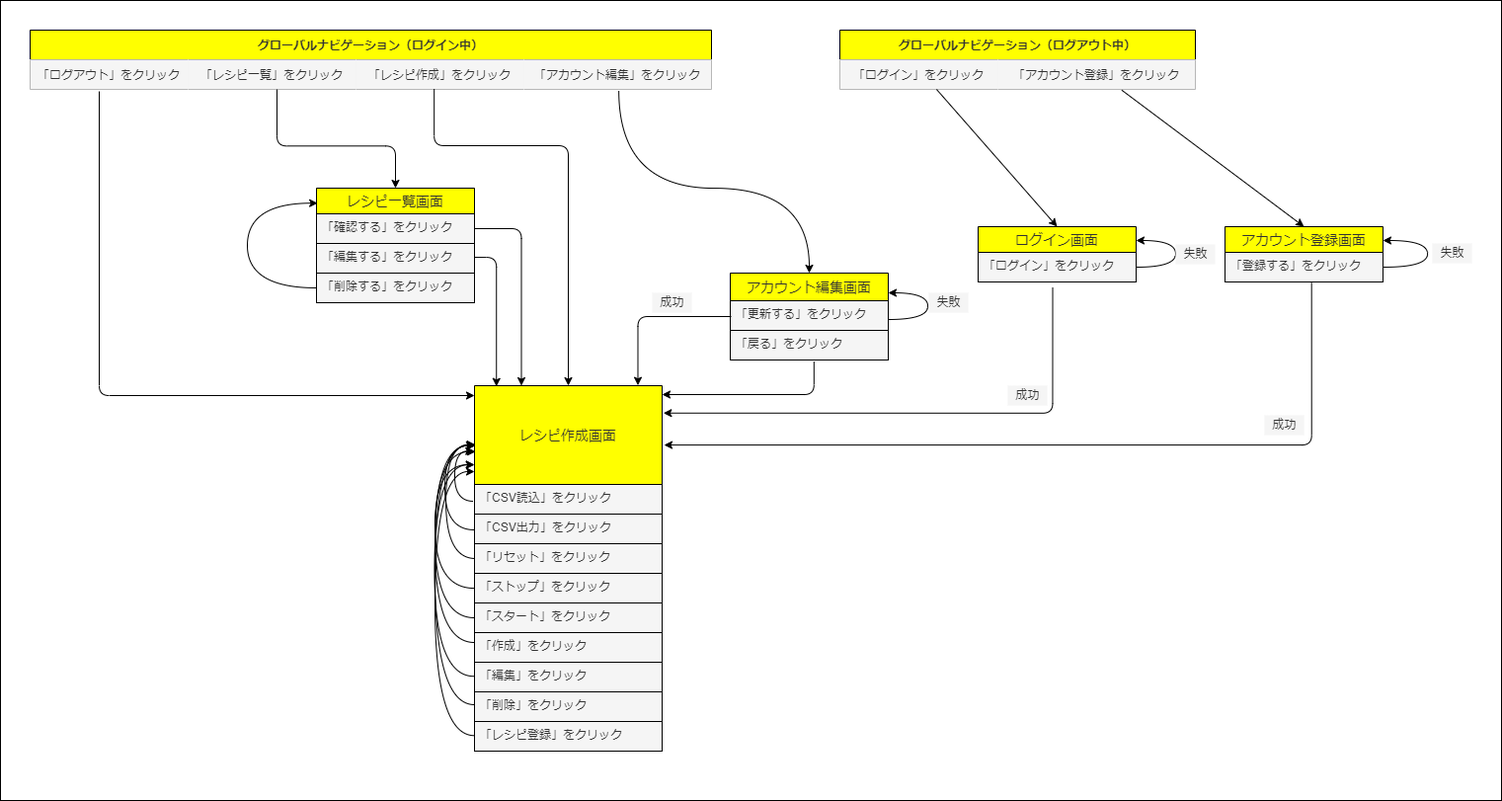
Above: TimeCook_ScrTra.png in yoshihiro-kawabata/TimeCook_defenish (draw.io), before the change. Source tidied: cells renumbered, new cells last; positions are measured from the earlier drawing's top-left corner, leaving out a move shared by most shapes.
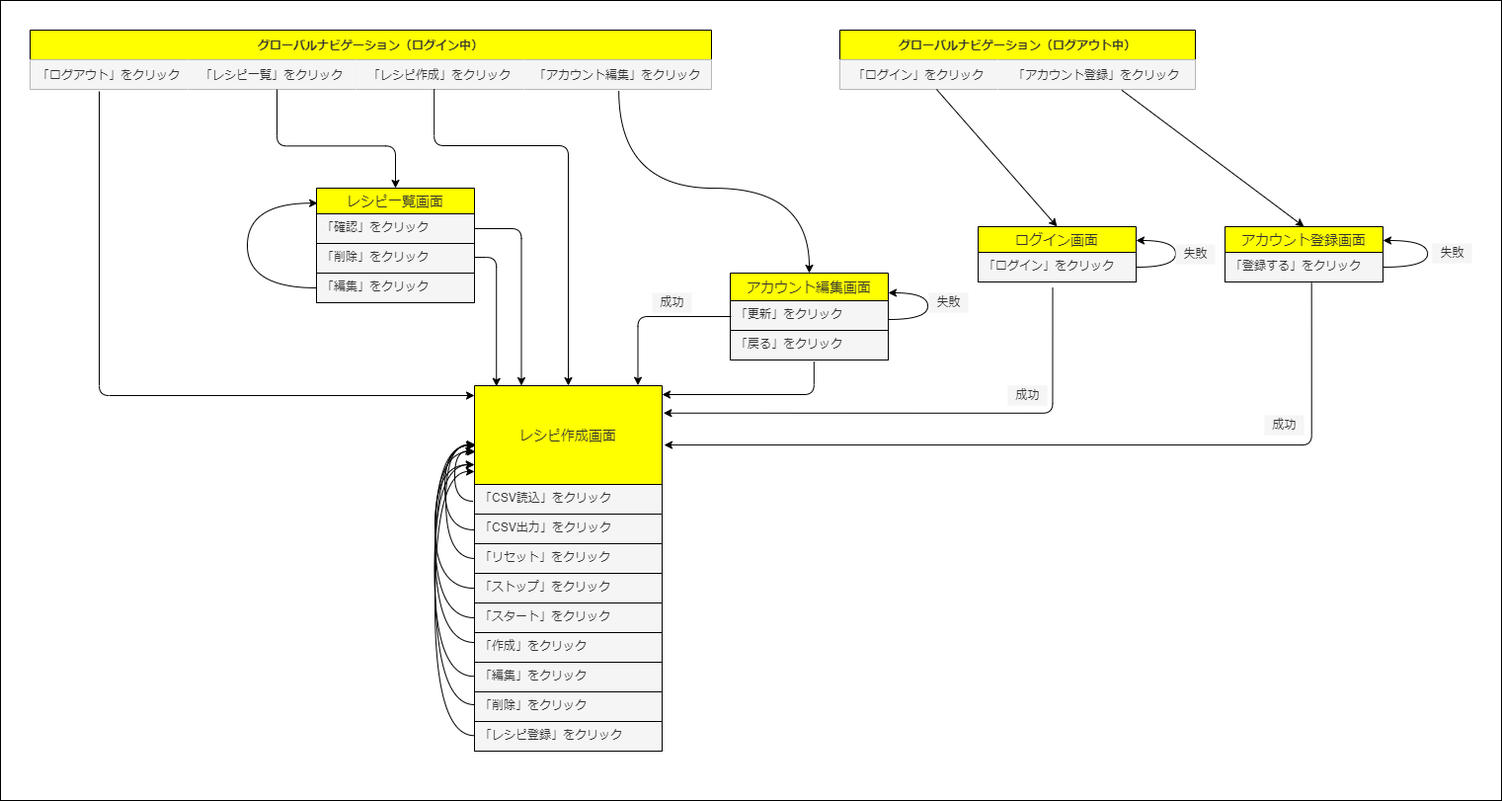
Above is the later version.

What changed in the source:
```diff
@@ -117,16 +117,16 @@
     <mxCell id="28" value="レシピ一覧画面" style="swimlane;fontStyle=0;horizontal=1;startSize=26;align=center;fontSize=14;fontColor=#333333;fillColor=#FFFF00;strokeColor=#000000;" parent="1" vertex="1">
       <mxGeometry x="320" y="190" width="160" height="116" as="geometry" />
     </mxCell>
-    <mxCell id="29" value="「確認する」をクリック" style="text;strokeColor=#000000;fillColor=#f5f5f5;spacingLeft=4;spacingRight=4;overflow=hidden;points=[[0,0.5],[1,0.5]];portConstraint=eastwest;fontSize=12;fontColor=#333333;" parent="28" vertex="1">
+    <mxCell id="29" value="「確認」をクリック" style="text;strokeColor=#000000;fillColor=#f5f5f5;spacingLeft=4;spacingRight=4;overflow=hidden;points=[[0,0.5],[1,0.5]];portConstraint=eastwest;fontSize=12;fontColor=#333333;" parent="28" vertex="1">
       <mxGeometry y="26" width="160" height="30" as="geometry" />
     </mxCell>
+    <mxCell id="31" value="「削除」をクリック" style="text;strokeColor=#000000;fillColor=#f5f5f5;spacingLeft=4;spacingRight=4;overflow=hidden;points=[[0,0.5],[1,0.5]];portConstraint=eastwest;fontSize=12;fontColor=#333333;" parent="28" vertex="1">
+      <mxGeometry y="56" width="160" height="30" as="geometry" />
+    </mxCell>
-    <mxCell id="30" value="「編集する」をクリック" style="text;strokeColor=#000000;fillColor=#f5f5f5;spacingLeft=4;spacingRight=4;overflow=hidden;points=[[0,0.5],[1,0.5]];portConstraint=eastwest;fontSize=12;fontColor=#333333;" parent="28" vertex="1">
-      <mxGeometry y="56" width="160" height="30" as="geometry" />
+    <mxCell id="30" value="「編集」をクリック" style="text;strokeColor=#000000;fillColor=#f5f5f5;spacingLeft=4;spacingRight=4;overflow=hidden;points=[[0,0.5],[1,0.5]];portConstraint=eastwest;fontSize=12;fontColor=#333333;" parent="28" vertex="1">
+      <mxGeometry y="86" width="160" height="30" as="geometry" />
     </mxCell>
-    <mxCell id="31" value="「削除する」をクリック" style="text;strokeColor=#000000;fillColor=#f5f5f5;spacingLeft=4;spacingRight=4;overflow=hidden;points=[[0,0.5],[1,0.5]];portConstraint=eastwest;fontSize=12;fontColor=#333333;" parent="28" vertex="1">
-      <mxGeometry y="86" width="160" height="30" as="geometry" />
-    </mxCell>
-    <mxCell id="32" style="edgeStyle=orthogonalEdgeStyle;elbow=vertical;endArrow=classic;html=1;fontSize=12;exitX=0;exitY=0.5;exitDx=0;exitDy=0;curved=1;entryX=0.007;entryY=0.131;entryDx=0;entryDy=0;entryPerimeter=0;fontColor=#000000;fillColor=#f5f5f5;strokeColor=#000000;" parent="28" edge="1" source="31" target="28">
+    <mxCell id="32" style="edgeStyle=orthogonalEdgeStyle;elbow=vertical;endArrow=classic;html=1;fontSize=12;curved=1;entryX=0.007;entryY=0.131;entryDx=0;entryDy=0;entryPerimeter=0;fontColor=#000000;fillColor=#f5f5f5;strokeColor=#000000;exitX=0;exitY=0.5;exitDx=0;exitDy=0;" parent="28" edge="1" source="30" target="28">
       <mxGeometry relative="1" as="geometry">
         <Array as="points">
           <mxPoint x="-70" y="101" />
@@ -174,7 +174,7 @@
     <mxCell id="42" value="アカウント編集画面" style="swimlane;fontStyle=0;horizontal=1;startSize=28;align=center;fontSize=14;fontColor=#333333;fillColor=#FFFF00;strokeColor=#000000;" parent="1" vertex="1">
       <mxGeometry x="739" y="276" width="160" height="88" as="geometry" />
     </mxCell>
-    <mxCell id="43" value="「更新する」をクリック" style="text;strokeColor=#000000;fillColor=#f5f5f5;spacingLeft=4;spacingRight=4;overflow=hidden;fontSize=12;fontColor=#333333;" parent="42" vertex="1">
+    <mxCell id="43" value="「更新」をクリック" style="text;strokeColor=#000000;fillColor=#f5f5f5;spacingLeft=4;spacingRight=4;overflow=hidden;fontSize=12;fontColor=#333333;" parent="42" vertex="1">
       <mxGeometry y="28" width="160" height="30" as="geometry" />
     </mxCell>
     <mxCell id="44" value="「戻る」をクリック" style="text;strokeColor=#000000;fillColor=#f5f5f5;spacingLeft=4;spacingRight=4;overflow=hidden;points=[[0,0.5],[1,0.5]];portConstraint=eastwest;fontSize=12;fontColor=#333333;" parent="42" vertex="1">
```
